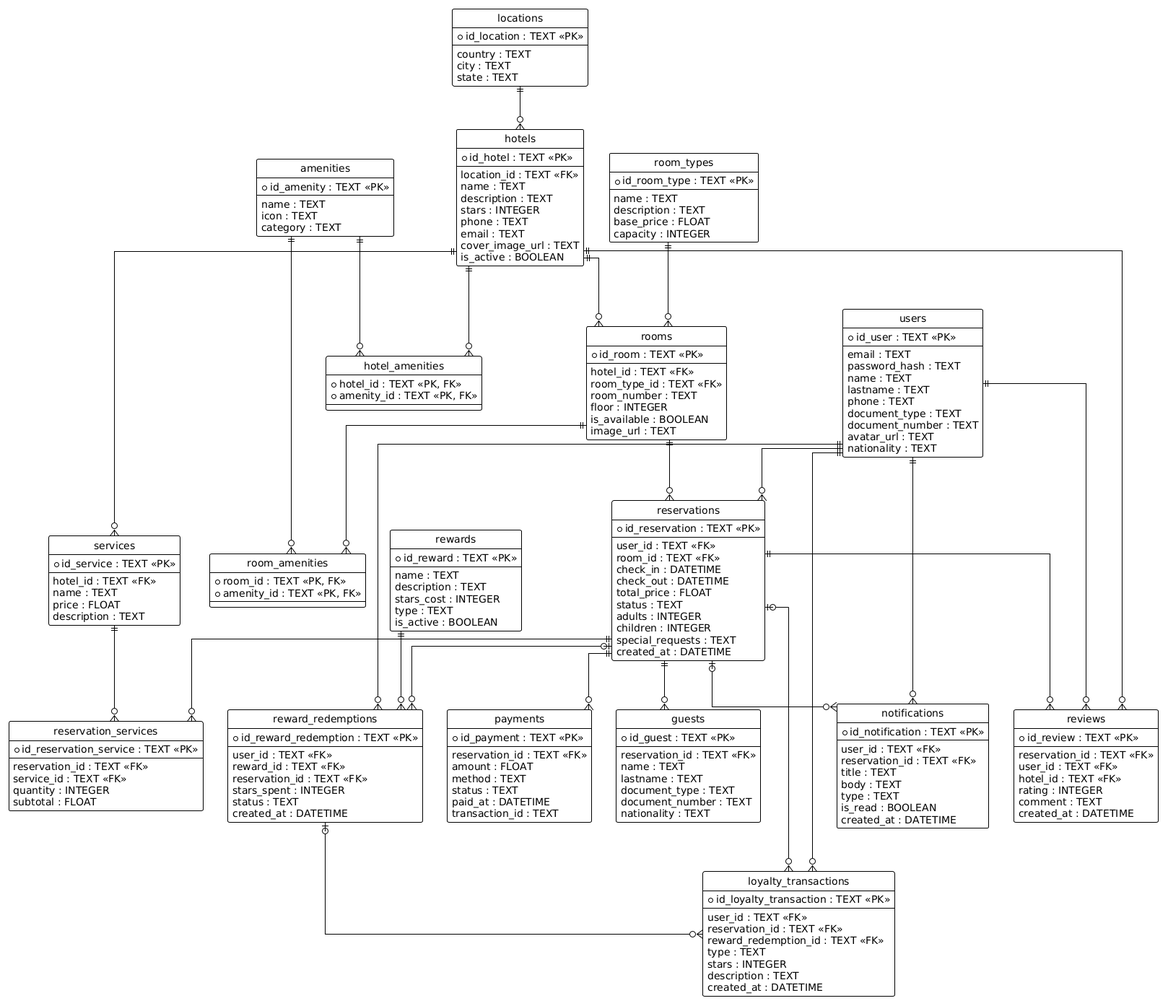
Earlier version of the PlantUML export docs_images/diagrams/Diagrama_de_clases.png (Walturx/ProyectoPrograMovil).
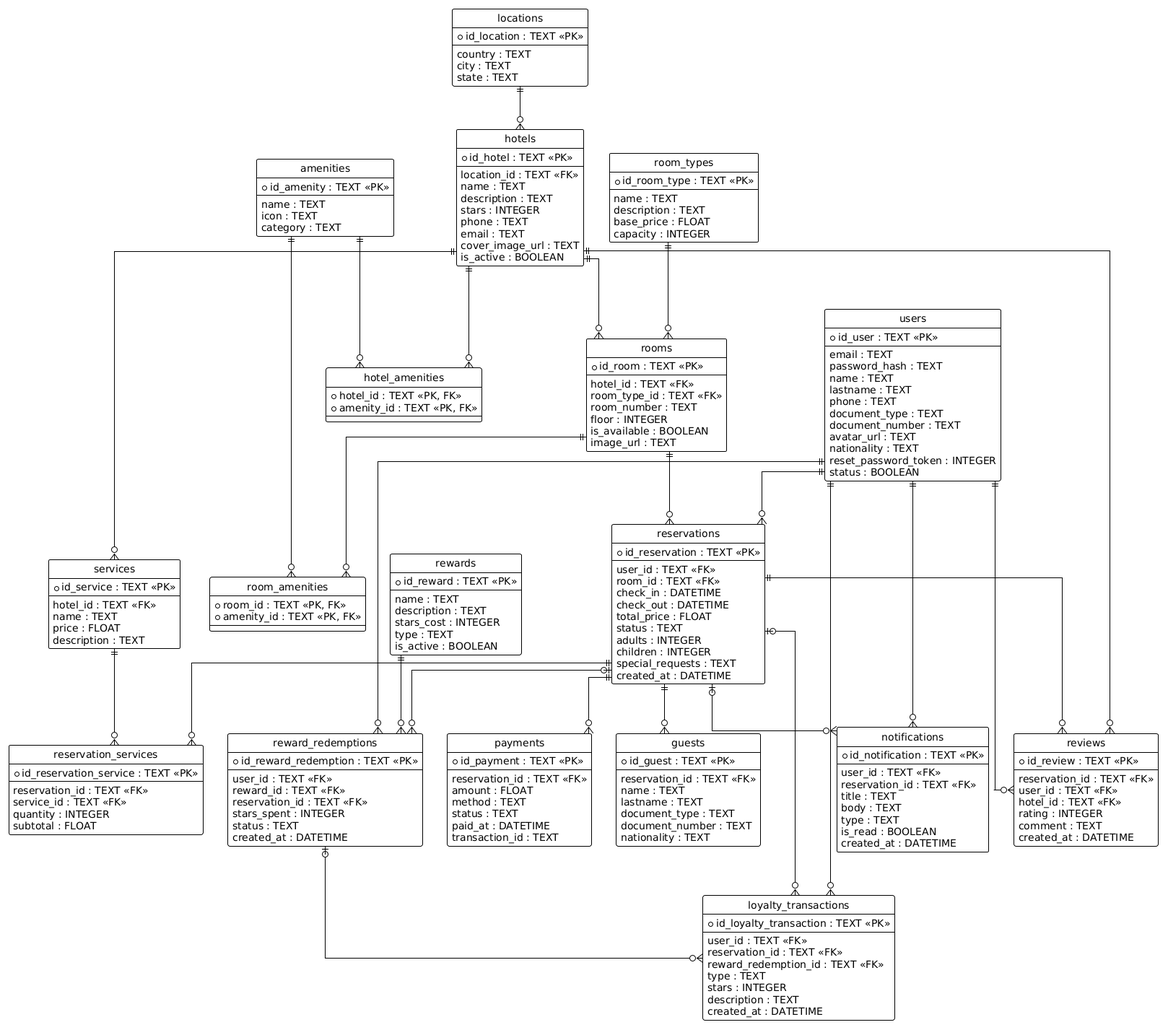
After the commit.

The edit, as a diff of the source:
```diff
@@ -56,6 +56,8 @@
   document_number : TEXT
   avatar_url : TEXT
   nationality : TEXT
+  reset_password_token : INTEGER
+  status : BOOLEAN
 }
 
 entity "guests" as Guests {
```
